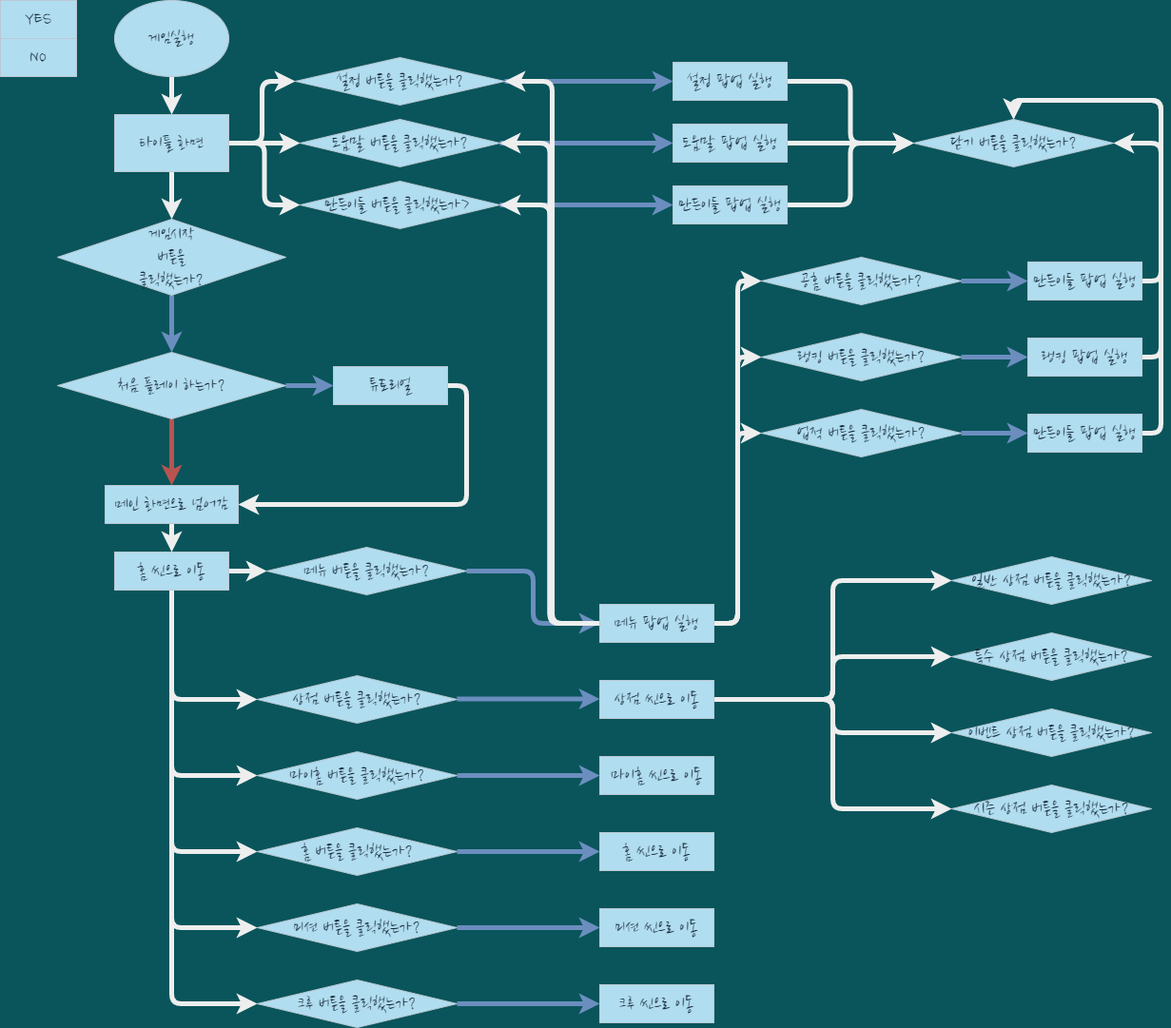
This is gameplay_flowchat.drawio.png from kinesis19/stac_project_SME, a draw.io export, as it was before one commit. Source tidied: cells renumbered, new cells last; positions are measured from the earlier drawing's top-left corner, leaving out a move shared by most shapes.
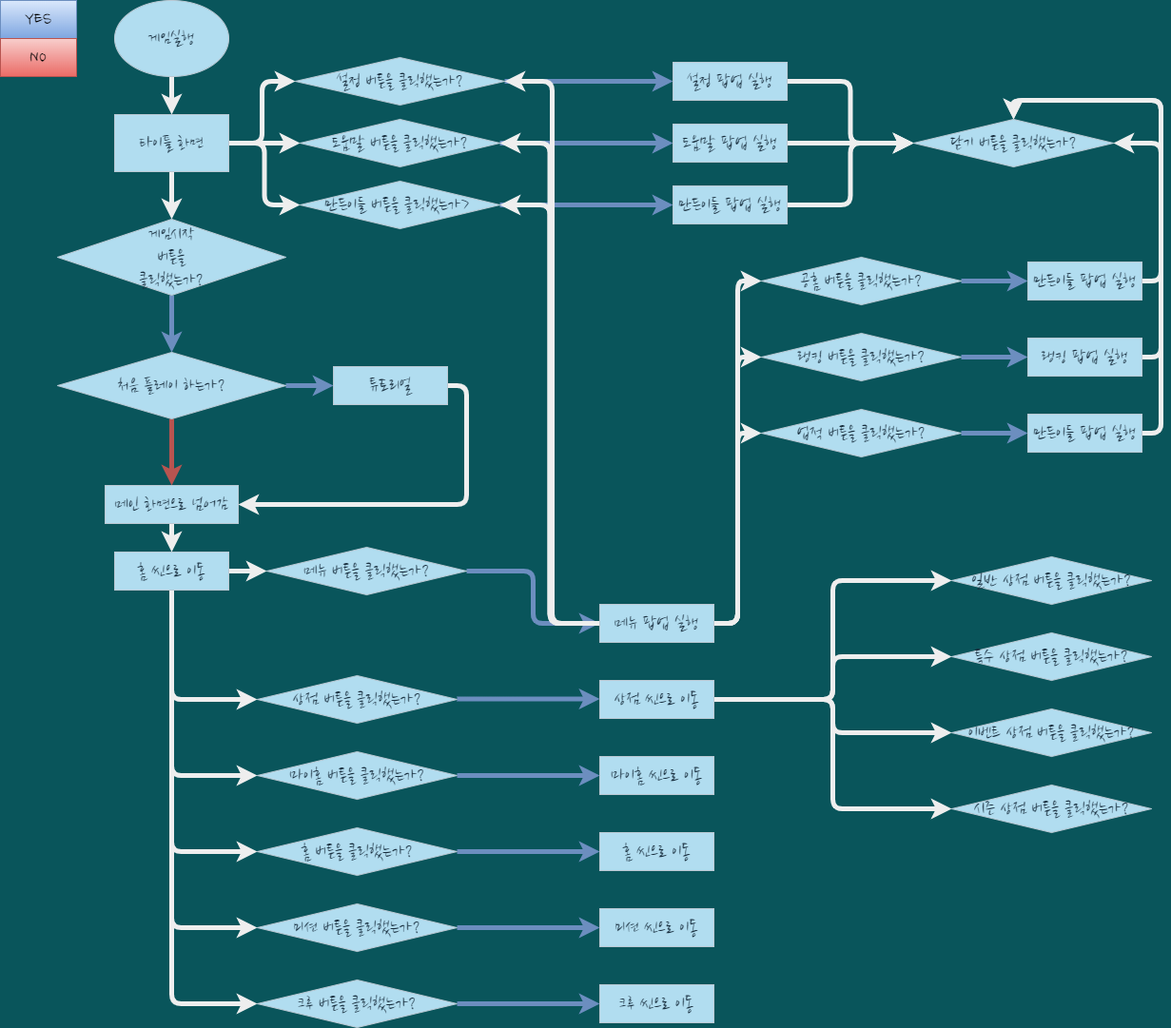
The same file after the commit.

Change to the diagram source:
```diff
@@ -8,10 +8,10 @@
     <mxCell id="3" value="&lt;font style=&quot;font-size: 20px;&quot;&gt;게임실행&lt;/font&gt;" style="ellipse;whiteSpace=wrap;html=1;fontFamily=Nanum Brush Script;fontSource=https%3A%2F%2Ffonts.googleapis.com%2Fcss%3Ffamily%3DNanum%2BBrush%2BScript;fontSize=20;fillColor=#B1DDF0;strokeColor=#BAC8D3;fontColor=#182E3E;" parent="1" vertex="1">
       <mxGeometry x="120" width="120" height="80" as="geometry" />
     </mxCell>
-    <mxCell id="4" value="YES" style="rounded=0;whiteSpace=wrap;html=1;sketch=0;fontSize=20;strokeColor=#BAC8D3;fillColor=#B1DDF0;fontFamily=Nanum Brush Script;fontSource=https%3A%2F%2Ffonts.googleapis.com%2Fcss%3Ffamily%3DNanum%2BBrush%2BScript;fontColor=#182E3E;" parent="1" vertex="1">
+    <mxCell id="4" value="YES" style="rounded=0;whiteSpace=wrap;html=1;sketch=0;fontSize=20;strokeColor=#6c8ebf;fillColor=#dae8fc;fontFamily=Nanum Brush Script;fontSource=https%3A%2F%2Ffonts.googleapis.com%2Fcss%3Ffamily%3DNanum%2BBrush%2BScript;gradientColor=#7ea6e0;" parent="1" vertex="1">
       <mxGeometry width="80" height="40" as="geometry" />
     </mxCell>
-    <mxCell id="5" value="NO" style="rounded=0;whiteSpace=wrap;html=1;sketch=0;fontSize=20;strokeColor=#BAC8D3;fillColor=#B1DDF0;fontFamily=Nanum Brush Script;fontSource=https%3A%2F%2Ffonts.googleapis.com%2Fcss%3Ffamily%3DNanum%2BBrush%2BScript;fontColor=#182E3E;" parent="1" vertex="1">
+    <mxCell id="5" value="NO" style="rounded=0;whiteSpace=wrap;html=1;sketch=0;fontSize=20;strokeColor=#b85450;fillColor=#f8cecc;fontFamily=Nanum Brush Script;fontSource=https%3A%2F%2Ffonts.googleapis.com%2Fcss%3Ffamily%3DNanum%2BBrush%2BScript;gradientColor=#ea6b66;" parent="1" vertex="1">
       <mxGeometry y="40" width="80" height="40" as="geometry" />
     </mxCell>
     <mxCell id="6" style="edgeStyle=orthogonalEdgeStyle;curved=0;rounded=1;sketch=0;jettySize=auto;html=1;fontColor=#FFFFFF;strokeColor=#EEEEEE;strokeWidth=5;" parent="1" edge="1" source="10" target="12">
```
